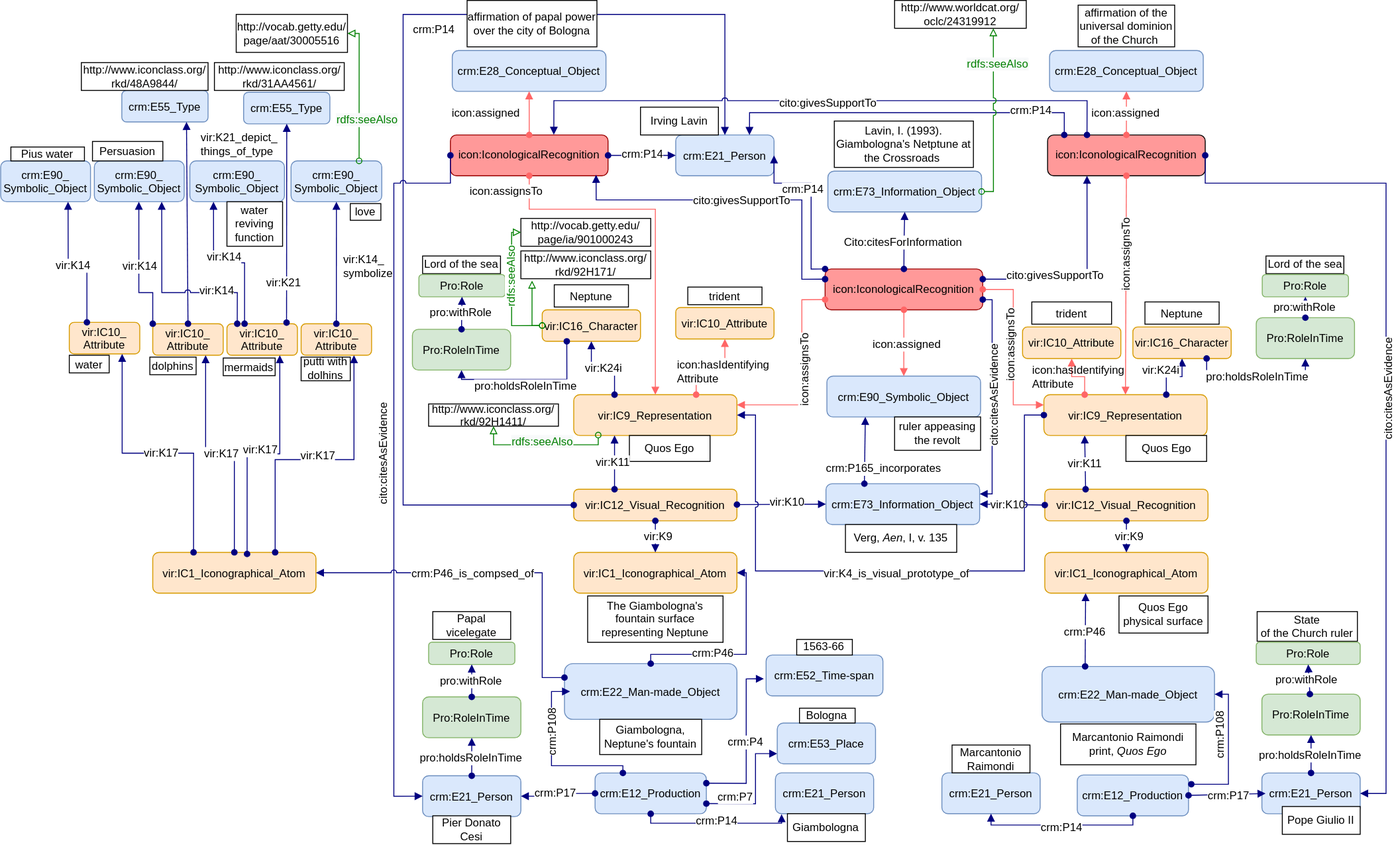
This is images/article_schemes_new/Neptune-8.svg from SofiBar/Icon, a draw.io export, as it was before one commit. Source tidied: cells renumbered, new cells last; positions are measured from the earlier drawing's top-left corner, leaving out a move shared by most shapes.
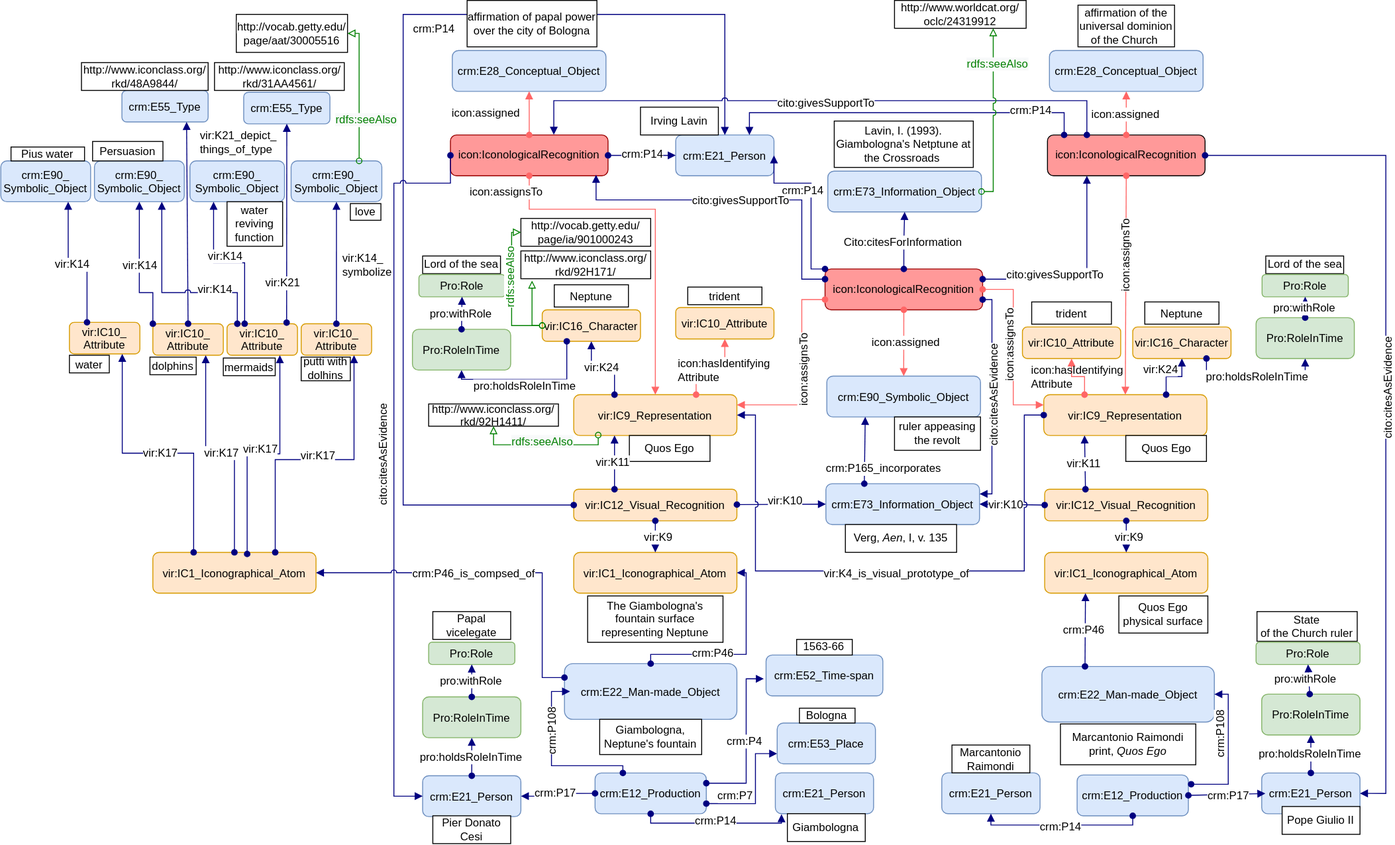
Later version of the same file.

What changed in the source:
```diff
@@ -141,7 +141,7 @@
     <mxCell id="34" style="graphMlID=e0;rounded=0;endArrow=block;strokeColor=#000080;strokeWidth=1.0;startArrow=oval;startFill=1;endFill=1;exitX=0.25;exitY=0;exitDx=0;exitDy=0;entryX=0.5;entryY=1;entryDx=0;entryDy=0;edgeStyle=orthogonalEdgeStyle;fontFamily=Helvetica;fontSize=12;" parent="1" edge="1" source="11" target="32">
       <mxGeometry relative="1" as="geometry" />
     </mxCell>
-    <mxCell id="35" value="&lt;span style=&quot;text-align: left; font-size: 12px;&quot;&gt;vir:K24i&lt;/span&gt;" style="text;html=1;align=center;verticalAlign=middle;labelBackgroundColor=#ffffff;fontFamily=Helvetica;fontSize=12;" parent="34" vertex="1">
+    <mxCell id="35" value="&lt;span style=&quot;text-align: left; font-size: 12px;&quot;&gt;vir:K24&lt;/span&gt;" style="text;html=1;align=center;verticalAlign=middle;labelBackgroundColor=#ffffff;fontFamily=Helvetica;fontSize=12;" parent="34" vertex="1">
       <mxGeometry x="-0.02" y="2" relative="1" as="geometry">
         <mxPoint x="-1.8" y="-2.4" as="offset" />
       </mxGeometry>
@@ -291,7 +291,7 @@
     <mxCell id="77" style="graphMlID=e0;rounded=0;endArrow=block;strokeColor=#000080;strokeWidth=1.0;startArrow=oval;startFill=1;endFill=1;entryX=0.5;entryY=1;entryDx=0;entryDy=0;edgeStyle=orthogonalEdgeStyle;exitX=0.75;exitY=0;exitDx=0;exitDy=0;fontFamily=Helvetica;fontSize=12;" parent="1" edge="1" source="47" target="75">
       <mxGeometry relative="1" as="geometry" />
     </mxCell>
-    <mxCell id="78" value="&lt;span style=&quot;text-align: left; font-size: 12px;&quot;&gt;vir:K24i&lt;/span&gt;" style="text;html=1;align=center;verticalAlign=middle;labelBackgroundColor=#ffffff;fontFamily=Helvetica;fontSize=12;" parent="77" vertex="1">
+    <mxCell id="78" value="&lt;span style=&quot;text-align: left; font-size: 12px;&quot;&gt;vir:K24&lt;/span&gt;" style="text;html=1;align=center;verticalAlign=middle;labelBackgroundColor=#ffffff;fontFamily=Helvetica;fontSize=12;" parent="77" vertex="1">
       <mxGeometry x="-0.02" y="2" relative="1" as="geometry">
         <mxPoint x="-15.5" y="-6" as="offset" />
       </mxGeometry>
@@ -620,7 +620,7 @@
     <mxCell id="159" style="graphMlID=e0;rounded=0;endArrow=block;strokeColor=#000080;strokeWidth=1.0;startArrow=oval;startFill=1;endFill=1;fontFamily=Helvetica;exitX=1;exitY=0.5;exitDx=0;exitDy=0;edgeStyle=orthogonalEdgeStyle;jumpStyle=arc;entryX=1;entryY=0.5;entryDx=0;entryDy=0;fontSize=12;" parent="1" edge="1" source="144" target="66">
       <mxGeometry relative="1" as="geometry">
         <Array as="points">
-          <mxPoint x="1494" y="197" />
+          <mxPoint x="1494" y="167" />
           <mxPoint x="1494" y="855" />
         </Array>
       </mxGeometry>
```
